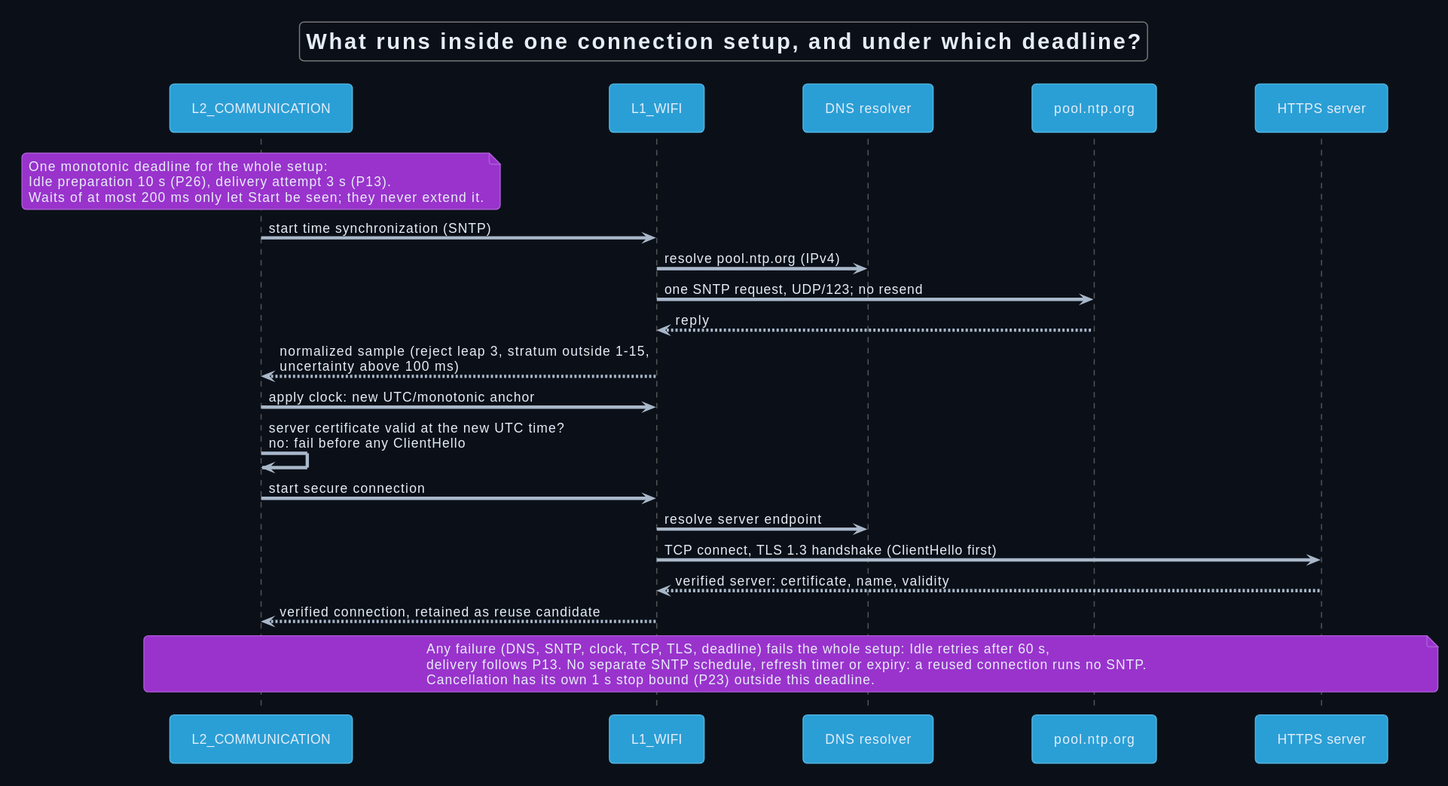
Earlier version of the PlantUML export Development/system/design/COMMUNICATION/rendered/connection_setup.svg (DemonicPsychoII/DigitalStethoscope).
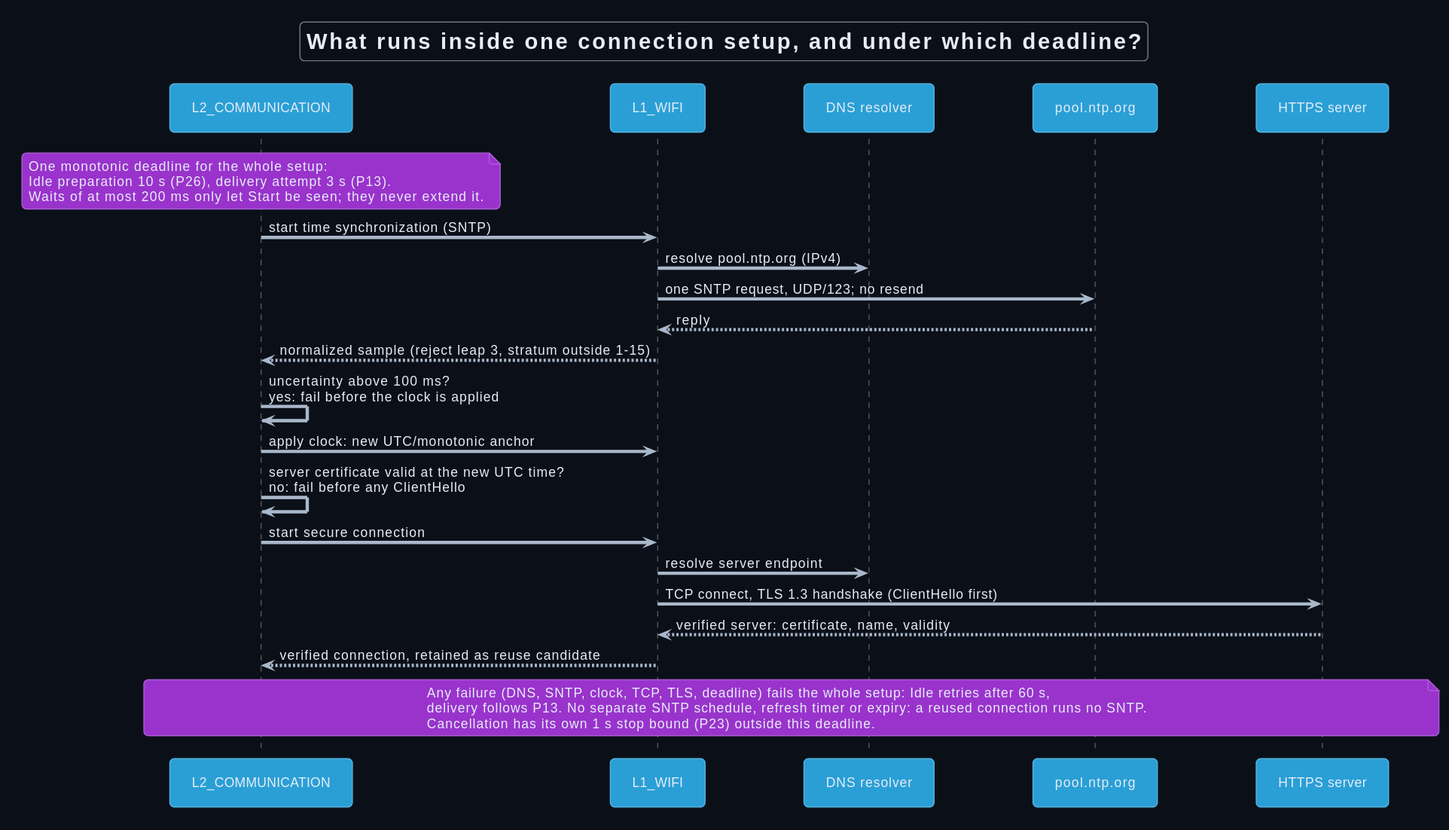
Later version of the same file.

Diff of the diagram source:
```diff
@@ -21,7 +21,8 @@
 WIFI -> DNS : resolve pool.ntp.org (IPv4)
 WIFI -> NTP : one SNTP request, UDP/123; no resend
 NTP --> WIFI : reply
-WIFI --> COMMUNICATION : normalized sample (reject leap 3, stratum outside 1-15,\nuncertainty above 100 ms)
+WIFI --> COMMUNICATION : normalized sample (reject leap 3, stratum outside 1-15)
+COMMUNICATION -> COMMUNICATION : uncertainty above 100 ms?\nyes: fail before the clock is applied
 COMMUNICATION -> WIFI : apply clock: new UTC/monotonic anchor
 COMMUNICATION -> COMMUNICATION : server certificate valid at the new UTC time?\nno: fail before any ClientHello
 COMMUNICATION -> WIFI : start secure connection
```
